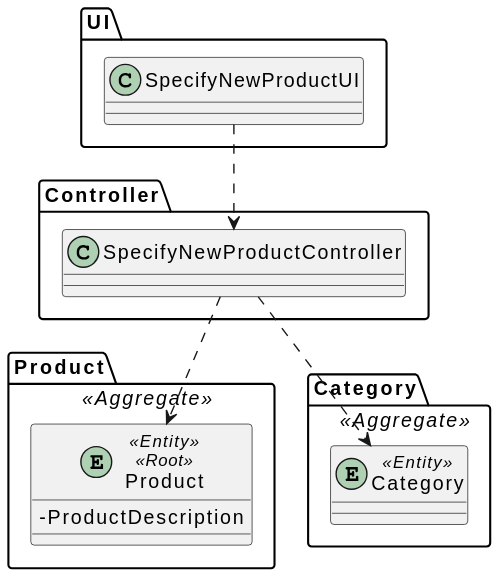
This is docs/Sprint2/US1001/US1001_CD.svg from marttuga/LAPR4-SmartSystems, a PlantUML export, as it was before one commit. Its diagram source:
```plantuml
@startuml
skinparam classAttributeIconSize 0

package UI {
class SpecifyNewProductUI {
}
}

package Controller{
class SpecifyNewProductController {

}
}

package Product <<Aggregate>> {
entity Product <<Entity>> <<Root>> {
- ProductDescription
}
}


package Category <<Aggregate>> {
    entity Category <<Entity>>
}

SpecifyNewProductUI ..> SpecifyNewProductController
SpecifyNewProductController ..> Category
SpecifyNewProductController ..> Product
@enduml
```
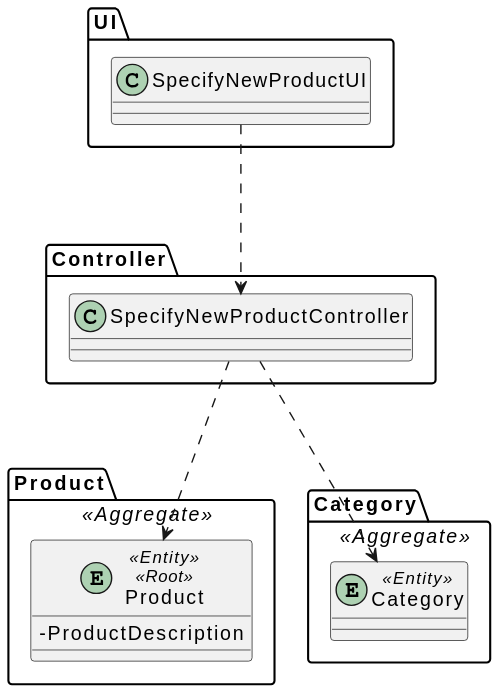
After the change.

What changed in the source:
```diff
@@ -23,7 +23,7 @@
     entity Category <<Entity>>
 }
 
-SpecifyNewProductUI ..> SpecifyNewProductController
-SpecifyNewProductController ..> Category
-SpecifyNewProductController ..> Product
+SpecifyNewProductUI ...> SpecifyNewProductController
+SpecifyNewProductController ...> Category
+SpecifyNewProductController ...> Product
 @enduml
```
